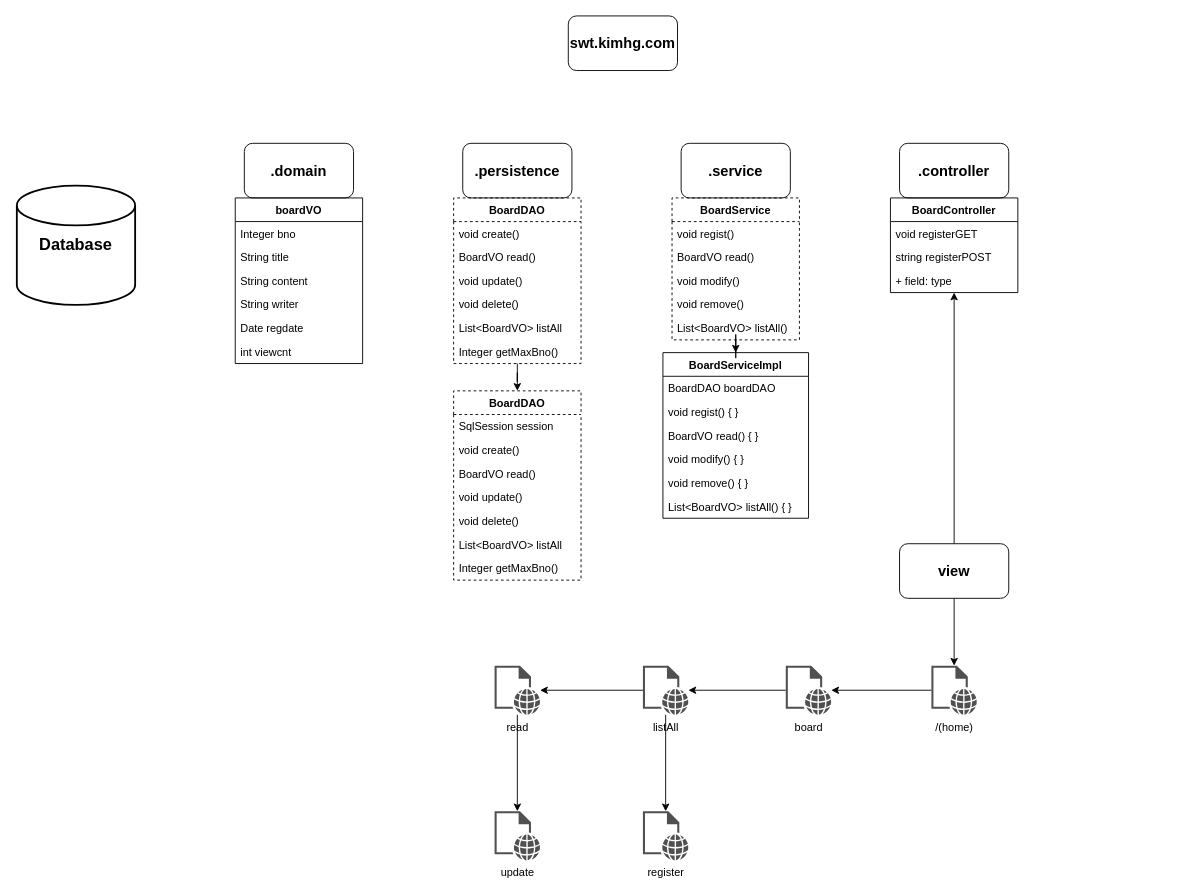
Before: swt homepage.drawio in kimhg9511/Spring_Project, a draw.io diagram. Source tidied: cells renumbered, new cells numbered last; positions are measured from the earlier drawing's top-left corner, leaving out a move shared by most shapes. Both pictures are drawn from the tidied source at 91%, with x=0, y=0 at pixel (16, 15).
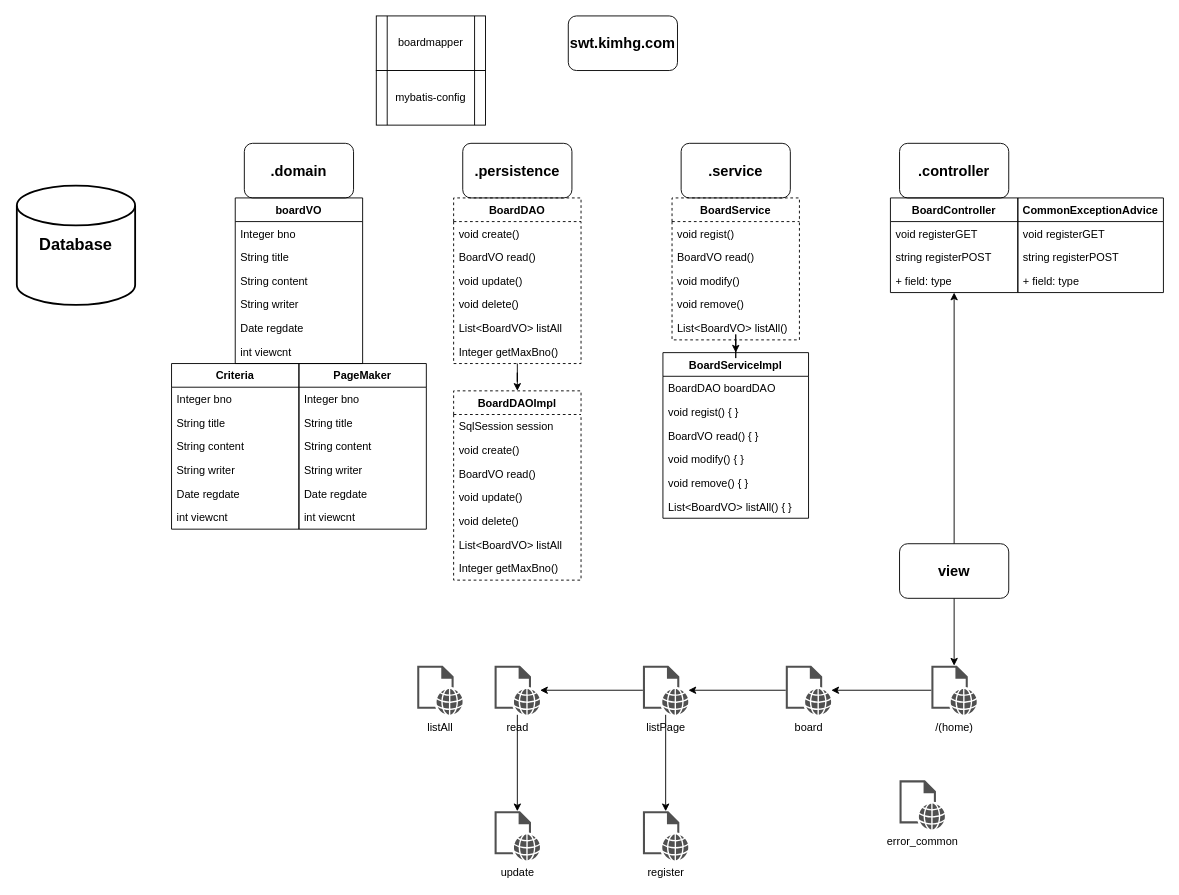
Above is the later version.

What changed in the source:
```diff
@@
-    <mxCell id="25" value="BoardDAO" style="swimlane;fontStyle=1;horizontal=1;startSize=26;fillColor=none;align=center;dashed=1;" parent="1" vertex="1">
+    <mxCell id="25" value="BoardDAOImpl" style="swimlane;fontStyle=1;horizontal=1;startSize=26;fillColor=none;align=center;dashed=1;" parent="1" vertex="1">
       <mxGeometry x="480" y="412" width="140" height="208" as="geometry" />
     </mxCell>
@@
+    <mxCell id="63" value="CommonExceptionAdvice" style="swimlane;fontStyle=1;horizontal=1;startSize=26;fillColor=none;align=center;" parent="1" vertex="1">
+      <mxGeometry x="1100" y="200" width="160" height="104" as="geometry" />
+    </mxCell>
+    <mxCell id="64" value="void registerGET" style="text;strokeColor=none;fillColor=none;align=left;verticalAlign=top;spacingLeft=4;spacingRight=4;overflow=hidden;" parent="63" vertex="1">
+      <mxGeometry y="26" width="160" height="26" as="geometry" />
+    </mxCell>
+    <mxCell id="65" value="string registerPOST" style="text;strokeColor=none;fillColor=none;align=left;verticalAlign=top;spacingLeft=4;spacingRight=4;overflow=hidden;" parent="63" vertex="1">
+      <mxGeometry y="52" width="160" height="26" as="geometry" />
+    </mxCell>
+    <mxCell id="66" value="+ field: type" style="text;strokeColor=none;fillColor=none;align=left;verticalAlign=top;spacingLeft=4;spacingRight=4;overflow=hidden;" parent="63" vertex="1">
+      <mxGeometry y="78" width="160" height="26" as="geometry" />
+    </mxCell>
@@
-    <mxCell id="56" value="listAll" style="shadow=0;dashed=0;html=1;strokeColor=none;fillColor=#505050;labelPosition=center;verticalLabelPosition=bottom;verticalAlign=top;outlineConnect=0;align=center;shape=mxgraph.office.concepts.web_page;" parent="1" vertex="1">
+    <mxCell id="56" value="listPage" style="shadow=0;dashed=0;html=1;strokeColor=none;fillColor=#505050;labelPosition=center;verticalLabelPosition=bottom;verticalAlign=top;outlineConnect=0;align=center;shape=mxgraph.office.concepts.web_page;" parent="1" vertex="1">
       <mxGeometry x="688" y="714" width="50" height="54" as="geometry" />
     </mxCell>
@@
+    <mxCell id="67" value="Criteria" style="swimlane;fontStyle=1;horizontal=1;startSize=26;fillColor=none;" parent="1" vertex="1">
+      <mxGeometry x="170" y="382" width="140" height="182" as="geometry" />
+    </mxCell>
+    <mxCell id="68" value="Integer bno" style="text;strokeColor=none;fillColor=none;align=left;verticalAlign=top;spacingLeft=4;spacingRight=4;overflow=hidden;" parent="67" vertex="1">
+      <mxGeometry y="26" width="140" height="26" as="geometry" />
+    </mxCell>
+    <mxCell id="69" value="String title" style="text;strokeColor=none;fillColor=none;align=left;verticalAlign=top;spacingLeft=4;spacingRight=4;overflow=hidden;" parent="67" vertex="1">
+      <mxGeometry y="52" width="140" height="26" as="geometry" />
+    </mxCell>
+    <mxCell id="70" value="String content" style="text;strokeColor=none;fillColor=none;align=left;verticalAlign=top;spacingLeft=4;spacingRight=4;overflow=hidden;" parent="67" vertex="1">
+      <mxGeometry y="78" width="140" height="26" as="geometry" />
+    </mxCell>
+    <mxCell id="71" value="String writer" style="text;strokeColor=none;fillColor=none;align=left;verticalAlign=top;spacingLeft=4;spacingRight=4;overflow=hidden;" parent="67" vertex="1">
+      <mxGeometry y="104" width="140" height="26" as="geometry" />
+    </mxCell>
+    <mxCell id="72" value="Date regdate" style="text;strokeColor=none;fillColor=none;align=left;verticalAlign=top;spacingLeft=4;spacingRight=4;overflow=hidden;" parent="67" vertex="1">
+      <mxGeometry y="130" width="140" height="26" as="geometry" />
+    </mxCell>
+    <mxCell id="73" value="int viewcnt" style="text;strokeColor=none;fillColor=none;align=left;verticalAlign=top;spacingLeft=4;spacingRight=4;overflow=hidden;" parent="67" vertex="1">
+      <mxGeometry y="156" width="140" height="26" as="geometry" />
+    </mxCell>
+    <mxCell id="74" value="PageMaker" style="swimlane;fontStyle=1;horizontal=1;startSize=26;fillColor=none;" parent="1" vertex="1">
+      <mxGeometry x="310" y="382" width="140" height="182" as="geometry" />
+    </mxCell>
+    <mxCell id="75" value="Integer bno" style="text;strokeColor=none;fillColor=none;align=left;verticalAlign=top;spacingLeft=4;spacingRight=4;overflow=hidden;" parent="74" vertex="1">
+      <mxGeometry y="26" width="140" height="26" as="geometry" />
+    </mxCell>
+    <mxCell id="76" value="String title" style="text;strokeColor=none;fillColor=none;align=left;verticalAlign=top;spacingLeft=4;spacingRight=4;overflow=hidden;" parent="74" vertex="1">
+      <mxGeometry y="52" width="140" height="26" as="geometry" />
+    </mxCell>
+    <mxCell id="77" value="String content" style="text;strokeColor=none;fillColor=none;align=left;verticalAlign=top;spacingLeft=4;spacingRight=4;overflow=hidden;" parent="74" vertex="1">
+      <mxGeometry y="78" width="140" height="26" as="geometry" />
+    </mxCell>
+    <mxCell id="78" value="String writer" style="text;strokeColor=none;fillColor=none;align=left;verticalAlign=top;spacingLeft=4;spacingRight=4;overflow=hidden;" parent="74" vertex="1">
+      <mxGeometry y="104" width="140" height="26" as="geometry" />
+    </mxCell>
+    <mxCell id="79" value="Date regdate" style="text;strokeColor=none;fillColor=none;align=left;verticalAlign=top;spacingLeft=4;spacingRight=4;overflow=hidden;" parent="74" vertex="1">
+      <mxGeometry y="130" width="140" height="26" as="geometry" />
+    </mxCell>
+    <mxCell id="80" value="int viewcnt" style="text;strokeColor=none;fillColor=none;align=left;verticalAlign=top;spacingLeft=4;spacingRight=4;overflow=hidden;" parent="74" vertex="1">
+      <mxGeometry y="156" width="140" height="26" as="geometry" />
+    </mxCell>
+    <mxCell id="81" value="boardmapper" style="shape=process;whiteSpace=wrap;html=1;backgroundOutline=1;" parent="1" vertex="1">
+      <mxGeometry x="395" width="120" height="60" as="geometry" />
+    </mxCell>
+    <mxCell id="82" value="mybatis-config" style="shape=process;whiteSpace=wrap;html=1;backgroundOutline=1;" parent="1" vertex="1">
+      <mxGeometry x="395" y="60" width="120" height="60" as="geometry" />
+    </mxCell>
+    <mxCell id="83" value="listAll" style="shadow=0;dashed=0;html=1;strokeColor=none;fillColor=#505050;labelPosition=center;verticalLabelPosition=bottom;verticalAlign=top;align=center;shape=mxgraph.office.concepts.web_page;" parent="1" vertex="1">
+      <mxGeometry x="440" y="714" width="50" height="54" as="geometry" />
+    </mxCell>
+    <mxCell id="84" value="error_common" style="shadow=0;dashed=0;html=1;strokeColor=none;fillColor=#505050;labelPosition=center;verticalLabelPosition=bottom;verticalAlign=top;align=center;shape=mxgraph.office.concepts.web_page;" parent="1" vertex="1">
+      <mxGeometry x="970" y="840" width="50" height="54" as="geometry" />
+    </mxCell>
```
